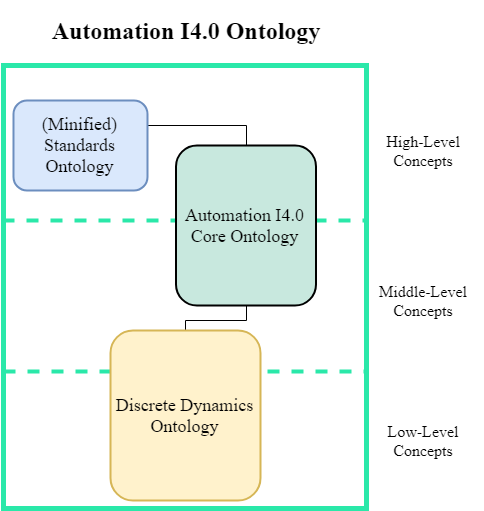
Above: images/FrameworkArchitecture.png in sagilar/Automation-I4.0-Ontology (draw.io), before the change. Source tidied: cells renumbered, new cells last; positions are measured from the earlier drawing's top-left corner, leaving out a move shared by most shapes. The source it was exported from:
```xml
<mxGraphModel>
  <root>
    <mxCell id="0" />
    <mxCell id="1" parent="0" />
    <mxCell id="2" style="rounded=0;whiteSpace=wrap;html=1;fillColor=none;rotation=90;strokeColor=#2AE8A9;strokeWidth=5;fontFamily=Times New Roman;fontSize=16;" parent="1" vertex="1">
      <mxGeometry y="105" width="443" height="363" as="geometry" />
    </mxCell>
    <mxCell id="3" style="endArrow=none;html=1;strokeColor=#2AE8A9;strokeWidth=4;dashed=1;fontFamily=Times New Roman;fontSize=16;" parent="1" edge="1">
      <mxGeometry relative="1" as="geometry">
        <mxPoint x="40" y="371" as="sourcePoint" />
        <mxPoint x="402" y="371" as="targetPoint" />
      </mxGeometry>
    </mxCell>
    <mxCell id="4" value="High-Level Concepts" style="text;html=1;strokeColor=none;fillColor=none;align=center;verticalAlign=middle;whiteSpace=wrap;rounded=0;fontFamily=Times New Roman;fontSize=16;" parent="1" vertex="1">
      <mxGeometry x="410" y="120" width="100" height="60" as="geometry" />
    </mxCell>
    <mxCell id="5" value="Middle-Level Concepts" style="text;html=1;strokeColor=none;fillColor=none;align=center;verticalAlign=middle;whiteSpace=wrap;rounded=0;fontFamily=Times New Roman;fontSize=16;" parent="1" vertex="1">
      <mxGeometry x="400" y="270" width="120" height="60" as="geometry" />
    </mxCell>
    <mxCell id="6" value="Low-Level Concepts" style="text;html=1;strokeColor=none;fillColor=none;align=center;verticalAlign=middle;whiteSpace=wrap;rounded=0;fontFamily=Times New Roman;fontSize=16;" parent="1" vertex="1">
      <mxGeometry x="410" y="410" width="100" height="60" as="geometry" />
    </mxCell>
    <mxCell id="7" style="edgeStyle=orthogonalEdgeStyle;rounded=0;jettySize=auto;html=1;exitX=1;exitY=0.5;exitDx=0;exitDy=0;entryX=0.5;entryY=0;entryDx=0;entryDy=0;endArrow=none;endFill=0;" parent="1" edge="1" source="8" target="11">
      <mxGeometry relative="1" as="geometry">
        <Array as="points">
          <mxPoint x="184" y="125" />
          <mxPoint x="283" y="125" />
        </Array>
      </mxGeometry>
    </mxCell>
    <mxCell id="8" value="&lt;span style=&quot;font-size: 18px&quot;&gt;(Minified) Standards Ontology&lt;/span&gt;" style="rounded=1;whiteSpace=wrap;html=1;glass=0;comic=0;labelBackgroundColor=none;strokeColor=#6c8ebf;strokeWidth=2;fillColor=#dae8fc;fontFamily=Times New Roman;fontSize=18;" parent="1" vertex="1">
      <mxGeometry x="50" y="100" width="134" height="90" as="geometry" />
    </mxCell>
    <mxCell id="9" style="endArrow=none;html=1;strokeColor=#2AE8A9;dashed=1;strokeWidth=4;fontFamily=Times New Roman;fontSize=16;" parent="1" edge="1">
      <mxGeometry relative="1" as="geometry">
        <mxPoint x="39" y="220" as="sourcePoint" />
        <mxPoint x="401" y="220" as="targetPoint" />
      </mxGeometry>
    </mxCell>
    <mxCell id="10" style="group;fontFamily=Times New Roman;fontSize=18;" parent="1" vertex="1">
      <mxGeometry x="212.5" y="145" width="140" height="160" as="geometry" />
    </mxCell>
    <mxCell id="11" value="Automation I4.0 Core Ontology" style="rounded=1;whiteSpace=wrap;html=1;glass=0;comic=0;labelBackgroundColor=none;strokeColor=#000000;strokeWidth=2;fillColor=#C8E8DE;fontFamily=Times New Roman;fontSize=18;" parent="10" vertex="1">
      <mxGeometry width="140" height="160" as="geometry" />
    </mxCell>
    <mxCell id="12" style="edgeStyle=orthogonalEdgeStyle;rounded=0;jettySize=auto;html=1;exitX=0.5;exitY=0;exitDx=0;exitDy=0;entryX=0.5;entryY=1;entryDx=0;entryDy=0;endArrow=none;endFill=0;" parent="1" edge="1" source="13" target="11">
      <mxGeometry relative="1" as="geometry">
        <Array as="points">
          <mxPoint x="222" y="320" />
          <mxPoint x="283" y="320" />
        </Array>
      </mxGeometry>
    </mxCell>
    <mxCell id="13" value="Discrete Dynamics Ontology" style="rounded=1;whiteSpace=wrap;html=1;glass=0;comic=0;labelBackgroundColor=none;strokeColor=#d6b656;strokeWidth=2;fillColor=#fff2cc;fontFamily=Times New Roman;fontSize=18;" parent="1" vertex="1">
      <mxGeometry x="147" y="330" width="150" height="170" as="geometry" />
    </mxCell>
    <mxCell id="14" value="Automation I4.0 Ontology" style="text;html=1;strokeColor=none;fillColor=none;align=center;verticalAlign=middle;whiteSpace=wrap;rounded=0;fontFamily=Times New Roman;fontSize=24;fontStyle=1;" parent="1" vertex="1">
      <mxGeometry x="74.5" width="294" height="60" as="geometry" />
    </mxCell>
  </root>
</mxGraphModel>
```
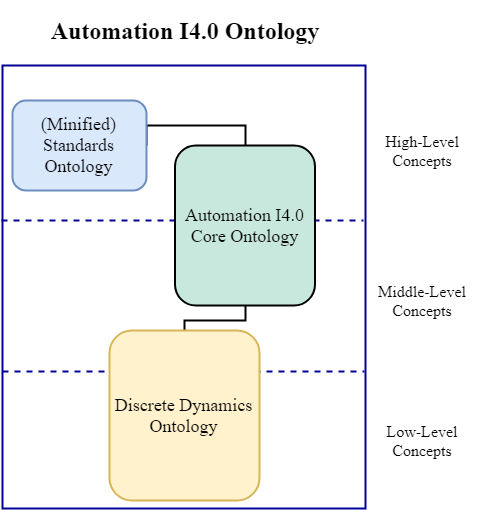
After the commit.

Diff of the diagram source:
```diff
@@ -2,10 +2,10 @@
   <root>
     <mxCell id="0" />
     <mxCell id="1" parent="0" />
-    <mxCell id="2" style="rounded=0;whiteSpace=wrap;html=1;fillColor=none;rotation=90;strokeColor=#2AE8A9;strokeWidth=5;fontFamily=Times New Roman;fontSize=16;" parent="1" vertex="1">
+    <mxCell id="2" style="rounded=0;whiteSpace=wrap;html=1;fillColor=none;rotation=90;strokeColor=#000099;strokeWidth=2;fontFamily=Times New Roman;fontSize=16;" parent="1" vertex="1">
       <mxGeometry y="105" width="443" height="363" as="geometry" />
     </mxCell>
-    <mxCell id="3" style="endArrow=none;html=1;strokeColor=#2AE8A9;strokeWidth=4;dashed=1;fontFamily=Times New Roman;fontSize=16;" parent="1" edge="1">
+    <mxCell id="3" style="endArrow=none;html=1;strokeColor=#000099;strokeWidth=2;dashed=1;fontFamily=Times New Roman;fontSize=16;" parent="1" edge="1">
       <mxGeometry relative="1" as="geometry">
         <mxPoint x="40" y="371" as="sourcePoint" />
         <mxPoint x="402" y="371" as="targetPoint" />
@@ -20,7 +20,7 @@
     <mxCell id="6" value="Low-Level Concepts" style="text;html=1;strokeColor=none;fillColor=none;align=center;verticalAlign=middle;whiteSpace=wrap;rounded=0;fontFamily=Times New Roman;fontSize=16;" parent="1" vertex="1">
       <mxGeometry x="410" y="410" width="100" height="60" as="geometry" />
     </mxCell>
-    <mxCell id="7" style="edgeStyle=orthogonalEdgeStyle;rounded=0;jettySize=auto;html=1;exitX=1;exitY=0.5;exitDx=0;exitDy=0;entryX=0.5;entryY=0;entryDx=0;entryDy=0;endArrow=none;endFill=0;" parent="1" edge="1" source="8" target="11">
+    <mxCell id="7" style="edgeStyle=orthogonalEdgeStyle;rounded=0;jettySize=auto;html=1;exitX=1;exitY=0.5;exitDx=0;exitDy=0;entryX=0.5;entryY=0;entryDx=0;entryDy=0;endArrow=none;endFill=0;strokeWidth=2;" parent="1" edge="1" source="8" target="11">
       <mxGeometry relative="1" as="geometry">
         <Array as="points">
           <mxPoint x="184" y="125" />
@@ -31,7 +31,7 @@
     <mxCell id="8" value="&lt;span style=&quot;font-size: 18px&quot;&gt;(Minified) Standards Ontology&lt;/span&gt;" style="rounded=1;whiteSpace=wrap;html=1;glass=0;comic=0;labelBackgroundColor=none;strokeColor=#6c8ebf;strokeWidth=2;fillColor=#dae8fc;fontFamily=Times New Roman;fontSize=18;" parent="1" vertex="1">
       <mxGeometry x="50" y="100" width="134" height="90" as="geometry" />
     </mxCell>
-    <mxCell id="9" style="endArrow=none;html=1;strokeColor=#2AE8A9;dashed=1;strokeWidth=4;fontFamily=Times New Roman;fontSize=16;" parent="1" edge="1">
+    <mxCell id="9" style="endArrow=none;html=1;strokeColor=#000099;dashed=1;strokeWidth=2;fontFamily=Times New Roman;fontSize=16;" parent="1" edge="1">
       <mxGeometry relative="1" as="geometry">
         <mxPoint x="39" y="220" as="sourcePoint" />
         <mxPoint x="401" y="220" as="targetPoint" />
@@ -43,7 +43,7 @@
     <mxCell id="11" value="Automation I4.0 Core Ontology" style="rounded=1;whiteSpace=wrap;html=1;glass=0;comic=0;labelBackgroundColor=none;strokeColor=#000000;strokeWidth=2;fillColor=#C8E8DE;fontFamily=Times New Roman;fontSize=18;" parent="10" vertex="1">
       <mxGeometry width="140" height="160" as="geometry" />
     </mxCell>
-    <mxCell id="12" style="edgeStyle=orthogonalEdgeStyle;rounded=0;jettySize=auto;html=1;exitX=0.5;exitY=0;exitDx=0;exitDy=0;entryX=0.5;entryY=1;entryDx=0;entryDy=0;endArrow=none;endFill=0;" parent="1" edge="1" source="13" target="11">
+    <mxCell id="12" style="edgeStyle=orthogonalEdgeStyle;rounded=0;jettySize=auto;html=1;exitX=0.5;exitY=0;exitDx=0;exitDy=0;entryX=0.5;entryY=1;entryDx=0;entryDy=0;endArrow=none;endFill=0;strokeWidth=2;" parent="1" edge="1" source="13" target="11">
       <mxGeometry relative="1" as="geometry">
         <Array as="points">
           <mxPoint x="222" y="320" />
```
